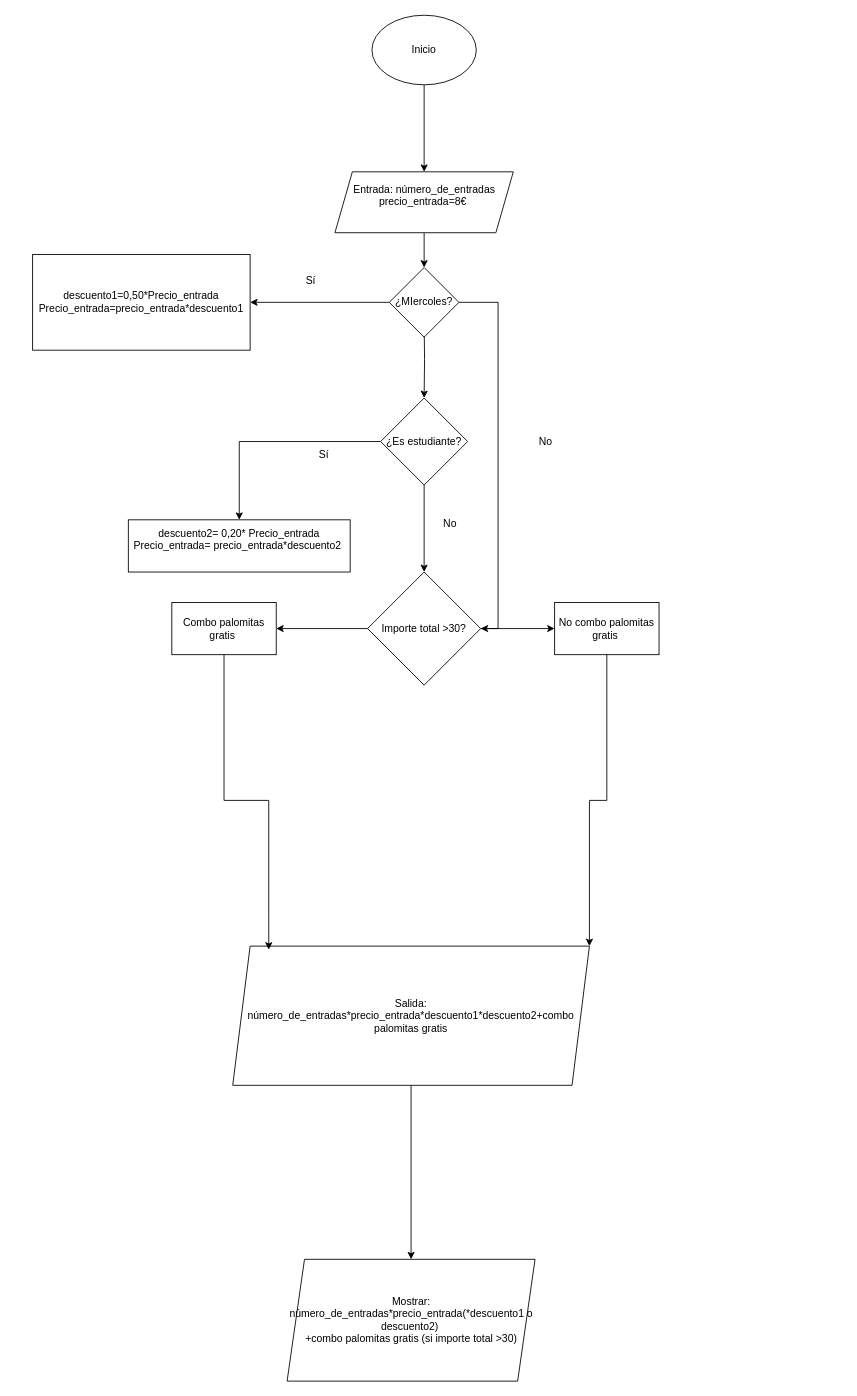
This is BASE DE DATOS/Ejercicio1 base de datos.drawio from raulabadz/PROGRAMACION-DAW-, a draw.io file, before an edit. Source tidied: cells renumbered, new cells numbered last; positions are measured from the earlier drawing's top-left corner, leaving out a move shared by most shapes. Both pictures are drawn from the tidied source at 87%, with x=0, y=0 at pixel (32, 15).
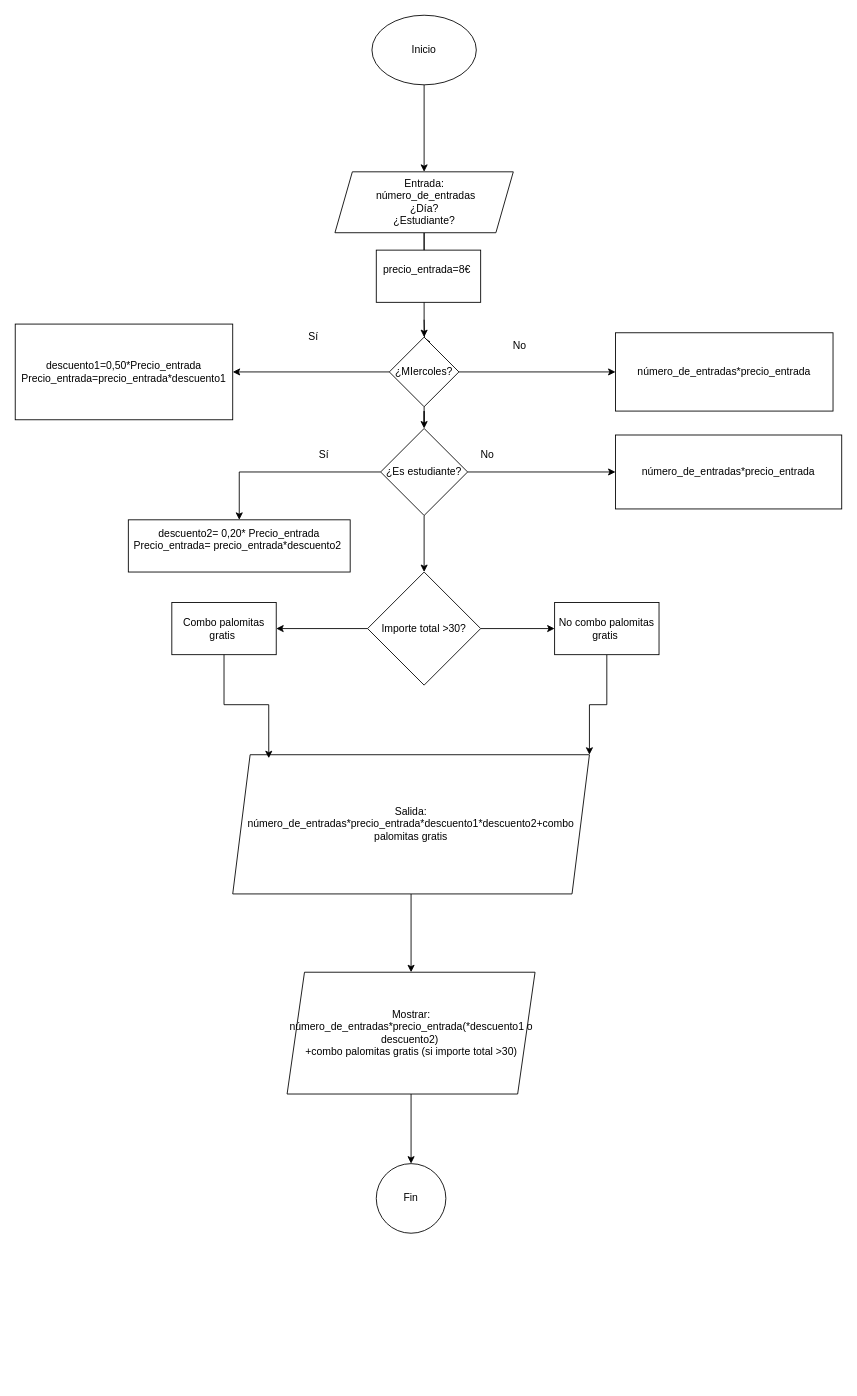
Above is the later version.

Unchanged cells that the change refers to:
```xml
<mxCell id="21" value="Importe total &amp;gt;30?" style="rhombus;whiteSpace=wrap;html=1;" parent="1" vertex="1">
  <mxGeometry x="385" y="640" width="130" height="130" as="geometry" />
</mxCell>
<mxCell id="24" value="No combo palomitas gratis&amp;nbsp;" style="whiteSpace=wrap;html=1;" parent="1" vertex="1">
  <mxGeometry x="600" y="675" width="120" height="60" as="geometry" />
</mxCell>
```

What changed in the source:
```diff
@@
+    <mxCell id="29" style="edgeStyle=orthogonalEdgeStyle;rounded=0;jettySize=auto;html=1;" parent="1" edge="1" source="5" target="14">
+      <mxGeometry relative="1" as="geometry" />
+    </mxCell>
-    <mxCell id="5" value="&lt;div&gt;Entrada: número_de_entradas&lt;/div&gt;&lt;div&gt;&lt;span style=&quot;background-color: transparent; color: light-dark(rgb(0, 0, 0), rgb(255, 255, 255));&quot;&gt;precio_entrada=8€&amp;nbsp;&lt;/span&gt;&lt;/div&gt;&lt;div&gt;&lt;div&gt;&lt;br&gt;&lt;/div&gt;&lt;/div&gt;" style="shape=parallelogram;perimeter=parallelogramPerimeter;whiteSpace=wrap;html=1;fixedSize=1;" parent="1" vertex="1">
+    <mxCell id="5" value="&lt;div&gt;Entrada:&lt;/div&gt;&lt;div&gt;&amp;nbsp;número_de_entradas&lt;/div&gt;&lt;div&gt;¿Día?&lt;/div&gt;&lt;div&gt;¿Estudiante?&lt;/div&gt;" style="shape=parallelogram;perimeter=parallelogramPerimeter;whiteSpace=wrap;html=1;fixedSize=1;" parent="1" vertex="1">
       <mxGeometry x="347.5" y="180" width="205" height="70" as="geometry" />
     </mxCell>
-    <mxCell id="6" style="edgeStyle=orthogonalEdgeStyle;rounded=0;jettySize=auto;html=1;" parent="1" edge="1" target="9">
-      <mxGeometry relative="1" as="geometry">
-        <mxPoint x="450" y="350" as="sourcePoint" />
-      </mxGeometry>
+    <mxCell id="6" style="edgeStyle=orthogonalEdgeStyle;rounded=0;jettySize=auto;html=1;" parent="1" edge="1" source="14" target="9">
+      <mxGeometry relative="1" as="geometry" />
     </mxCell>
@@
+    <mxCell id="30" style="edgeStyle=orthogonalEdgeStyle;rounded=0;jettySize=auto;html=1;" parent="1" edge="1" source="9" target="37">
+      <mxGeometry relative="1" as="geometry" />
+    </mxCell>
     <mxCell id="9" value="¿Es estudiante?" style="rhombus;whiteSpace=wrap;html=1;" parent="1" vertex="1">
-      <mxGeometry x="400" y="440" width="100" height="100" as="geometry" />
+      <mxGeometry x="400" y="475" width="100" height="100" as="geometry" />
     </mxCell>
@@
-    <mxCell id="13" style="edgeStyle=orthogonalEdgeStyle;rounded=0;jettySize=auto;html=1;exitX=1;exitY=0.5;exitDx=0;exitDy=0;entryX=1;entryY=0.5;entryDx=0;entryDy=0;" parent="1" edge="1" source="14" target="21">
-      <mxGeometry relative="1" as="geometry" />
-    </mxCell>
-    <mxCell id="14" value="¿MIercoles?" style="rhombus;whiteSpace=wrap;html=1;" parent="1" vertex="1">
-      <mxGeometry x="410" y="290" width="80" height="80" as="geometry" />
-    </mxCell>
     <mxCell id="15" value="descuento1=0,50*Precio_entrada&lt;div&gt;Precio_entrada=precio_entrada*descuento1&lt;/div&gt;" style="whiteSpace=wrap;html=1;" parent="1" vertex="1">
-      <mxGeometry y="275" width="250" height="110" as="geometry" />
+      <mxGeometry x="-20" y="355" width="250" height="110" as="geometry" />
     </mxCell>
     <mxCell id="16" value="Sí" style="text;strokeColor=none;align=center;fillColor=none;html=1;verticalAlign=middle;whiteSpace=wrap;rounded=0;" parent="1" vertex="1">
-      <mxGeometry x="290" y="290" width="60" height="30" as="geometry" />
+      <mxGeometry x="292.5" y="355" width="60" height="30" as="geometry" />
     </mxCell>
     <mxCell id="17" value="No" style="text;strokeColor=none;align=center;fillColor=none;html=1;verticalAlign=middle;whiteSpace=wrap;rounded=0;" parent="1" vertex="1">
-      <mxGeometry x="560" y="475" width="60" height="30" as="geometry" />
+      <mxGeometry x="530" y="365" width="60" height="30" as="geometry" />
     </mxCell>
     <mxCell id="18" value="No" style="text;strokeColor=none;align=center;fillColor=none;html=1;verticalAlign=middle;whiteSpace=wrap;rounded=0;" parent="1" vertex="1">
-      <mxGeometry x="450" y="570" width="60" height="30" as="geometry" />
+      <mxGeometry x="492.5" y="490" width="60" height="30" as="geometry" />
     </mxCell>
@@
-    <mxCell id="20" style="edgeStyle=orthogonalEdgeStyle;rounded=0;jettySize=auto;html=1;" parent="1" edge="1" source="21" target="24">
+    <mxCell id="20" style="edgeStyle=orthogonalEdgeStyle;rounded=0;jettySize=auto;html=1;exitX=1;exitY=0.5;exitDx=0;exitDy=0;entryX=0;entryY=0.5;entryDx=0;entryDy=0;" parent="1" edge="1" source="21" target="24">
       <mxGeometry relative="1" as="geometry" />
     </mxCell>
@@
     <mxCell id="26" value="Salida: número_de_entradas*precio_entrada*descuento1*descuento2+combo palomitas gratis" style="shape=parallelogram;perimeter=parallelogramPerimeter;whiteSpace=wrap;html=1;fixedSize=1;" parent="1" vertex="1">
-      <mxGeometry x="230" y="1070" width="410" height="160" as="geometry" />
+      <mxGeometry x="230" y="850" width="410" height="160" as="geometry" />
     </mxCell>
@@
+    <mxCell id="31" style="edgeStyle=orthogonalEdgeStyle;rounded=0;jettySize=auto;html=1;" parent="1" edge="1" source="28" target="32">
+      <mxGeometry relative="1" as="geometry" />
+    </mxCell>
     <mxCell id="28" value="Mostrar: número_de_entradas*precio_entrada(*descuento1 o descuento2)&amp;nbsp;&lt;div&gt;+combo palomitas gratis (si importe total &amp;gt;30)&lt;/div&gt;" style="shape=parallelogram;perimeter=parallelogramPerimeter;whiteSpace=wrap;html=1;fixedSize=1;" parent="1" vertex="1">
-      <mxGeometry x="292.5" y="1430" width="285" height="140" as="geometry" />
+      <mxGeometry x="292.5" y="1100" width="285" height="140" as="geometry" />
     </mxCell>
+    <mxCell id="32" value="Fin" style="ellipse;whiteSpace=wrap;html=1;" parent="1" vertex="1">
+      <mxGeometry x="395" y="1320" width="80" height="80" as="geometry" />
+    </mxCell>
+    <mxCell id="33" style="edgeStyle=orthogonalEdgeStyle;rounded=0;jettySize=auto;html=1;" parent="1" edge="1" target="14">
+      <mxGeometry relative="1" as="geometry">
+        <mxPoint x="450" y="350" as="sourcePoint" />
+      </mxGeometry>
+    </mxCell>
+    <mxCell id="34" style="edgeStyle=orthogonalEdgeStyle;rounded=0;jettySize=auto;html=1;" parent="1" edge="1" source="14" target="36">
+      <mxGeometry relative="1" as="geometry" />
+    </mxCell>
+    <mxCell id="14" value="¿MIercoles?" style="rhombus;whiteSpace=wrap;html=1;" parent="1" vertex="1">
+      <mxGeometry x="410" y="370" width="80" height="80" as="geometry" />
+    </mxCell>
+    <mxCell id="35" value="&lt;div&gt;&lt;span style=&quot;background-color: transparent; color: light-dark(rgb(0, 0, 0), rgb(255, 255, 255));&quot;&gt;precio_entrada=8€&amp;nbsp;&lt;/span&gt;&lt;/div&gt;&lt;div&gt;&lt;br&gt;&lt;/div&gt;" style="rounded=0;whiteSpace=wrap;html=1;" parent="1" vertex="1">
+      <mxGeometry x="395" y="270" width="120" height="60" as="geometry" />
+    </mxCell>
+    <mxCell id="36" value="número_de_entradas*precio_entrada" style="whiteSpace=wrap;html=1;" parent="1" vertex="1">
+      <mxGeometry x="670" y="365" width="250" height="90" as="geometry" />
+    </mxCell>
+    <mxCell id="37" value="número_de_entradas*precio_entrada" style="whiteSpace=wrap;html=1;" parent="1" vertex="1">
+      <mxGeometry x="670" y="482.5" width="260" height="85" as="geometry" />
+    </mxCell>
```
